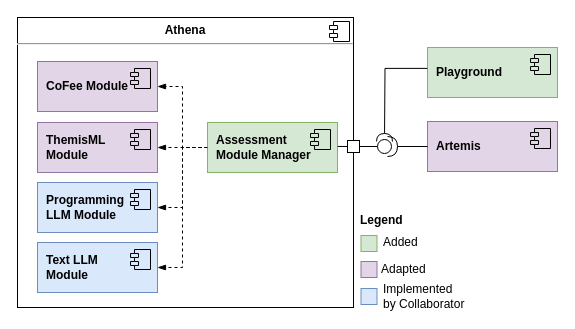
The draw.io diagram page "athena" (7 of 11) of figures/src/subsystem-decomposition.drawio in pal03377/master-thesis, before the edit. Source tidied: cells renumbered, new cells numbered last; positions are measured from the earlier drawing's top-left corner, leaving out a move shared by most shapes. Both pictures are drawn from the tidied source at 100%, with x=0, y=0 at pixel (17, 17).
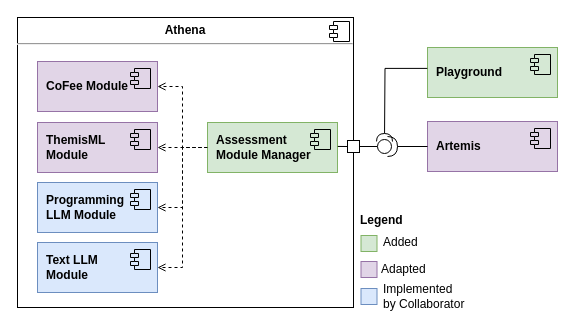
The same diagram, later.

The change refers to these unchanged cells:
```xml
<mxCell id="7" value="&lt;b&gt;Assessment&lt;br&gt;Module Manager&lt;/b&gt;" style="html=1;whiteSpace=wrap;align=left;spacingLeft=7;fillColor=#d5e8d4;strokeColor=#82b366;" parent="1" vertex="1">
  <mxGeometry x="190" y="105" width="130" height="50" as="geometry" />
</mxCell>
<mxCell id="9" value="&lt;b&gt;Text LLM&lt;br&gt;Module&lt;/b&gt;" style="html=1;whiteSpace=wrap;align=left;spacingLeft=7;fillColor=#dae8fc;strokeColor=#6c8ebf;" parent="1" vertex="1">
  <mxGeometry x="20" y="225" width="120" height="50" as="geometry" />
</mxCell>
<mxCell id="11" value="&lt;b&gt;Programming&lt;br&gt;LLM Module&lt;/b&gt;" style="html=1;whiteSpace=wrap;align=left;spacingLeft=7;fillColor=#dae8fc;strokeColor=#6c8ebf;" parent="1" vertex="1">
  <mxGeometry x="20" y="165" width="120" height="50" as="geometry" />
</mxCell>
<mxCell id="13" value="&lt;b&gt;ThemisML&lt;br&gt;Module&lt;br&gt;&lt;/b&gt;" style="html=1;whiteSpace=wrap;align=left;spacingLeft=7;fillColor=#e1d5e7;strokeColor=#9673a6;" parent="1" vertex="1">
  <mxGeometry x="20" y="105" width="120" height="50" as="geometry" />
</mxCell>
<mxCell id="17" value="&lt;b&gt;CoFee Module&lt;br&gt;&lt;/b&gt;" style="html=1;whiteSpace=wrap;align=left;spacingLeft=7;fillColor=#e1d5e7;strokeColor=#9673a6;" parent="1" vertex="1">
  <mxGeometry x="20" y="44" width="120" height="50" as="geometry" />
</mxCell>
```

Change to the diagram source:
```diff
@@
-    <mxCell id="4" style="edgeStyle=orthogonalEdgeStyle;rounded=0;jettySize=auto;html=1;exitX=0;exitY=0.5;exitDx=0;exitDy=0;entryX=1;entryY=0.5;entryDx=0;entryDy=0;endArrow=blockThin;endFill=1;dashed=1;" parent="1" edge="1" source="7" target="9">
+    <mxCell id="4" style="edgeStyle=orthogonalEdgeStyle;rounded=0;jettySize=auto;html=1;exitX=0;exitY=0.5;exitDx=0;exitDy=0;entryX=1;entryY=0.5;entryDx=0;entryDy=0;endArrow=open;endFill=0;dashed=1;" parent="1" edge="1" source="7" target="9">
       <mxGeometry relative="1" as="geometry" />
     </mxCell>
-    <mxCell id="5" style="edgeStyle=orthogonalEdgeStyle;rounded=0;jettySize=auto;html=1;exitX=0;exitY=0.5;exitDx=0;exitDy=0;entryX=1;entryY=0.5;entryDx=0;entryDy=0;endArrow=blockThin;endFill=1;dashed=1;" parent="1" edge="1" source="7" target="11">
+    <mxCell id="5" style="edgeStyle=orthogonalEdgeStyle;rounded=0;jettySize=auto;html=1;exitX=0;exitY=0.5;exitDx=0;exitDy=0;entryX=1;entryY=0.5;entryDx=0;entryDy=0;endArrow=open;endFill=0;dashed=1;" parent="1" edge="1" source="7" target="11">
       <mxGeometry relative="1" as="geometry" />
     </mxCell>
-    <mxCell id="6" style="edgeStyle=orthogonalEdgeStyle;rounded=0;jettySize=auto;html=1;exitX=0;exitY=0.5;exitDx=0;exitDy=0;entryX=1;entryY=0.5;entryDx=0;entryDy=0;endArrow=blockThin;endFill=1;dashed=1;" parent="1" edge="1" source="7" target="13">
+    <mxCell id="6" style="edgeStyle=orthogonalEdgeStyle;rounded=0;jettySize=auto;html=1;exitX=0;exitY=0.5;exitDx=0;exitDy=0;entryX=1;entryY=0.5;entryDx=0;entryDy=0;endArrow=open;endFill=0;dashed=1;" parent="1" edge="1" source="7" target="13">
       <mxGeometry relative="1" as="geometry" />
     </mxCell>
@@
-    <mxCell id="19" style="edgeStyle=orthogonalEdgeStyle;rounded=0;jettySize=auto;html=1;exitX=0;exitY=0.5;exitDx=0;exitDy=0;entryX=1;entryY=0.5;entryDx=0;entryDy=0;endArrow=blockThin;endFill=1;dashed=1;" parent="1" edge="1" source="7" target="17">
+    <mxCell id="19" style="edgeStyle=orthogonalEdgeStyle;rounded=0;jettySize=auto;html=1;exitX=0;exitY=0.5;exitDx=0;exitDy=0;entryX=1;entryY=0.5;entryDx=0;entryDy=0;endArrow=open;endFill=0;dashed=1;" parent="1" edge="1" source="7" target="17">
       <mxGeometry relative="1" as="geometry" />
     </mxCell>
```
